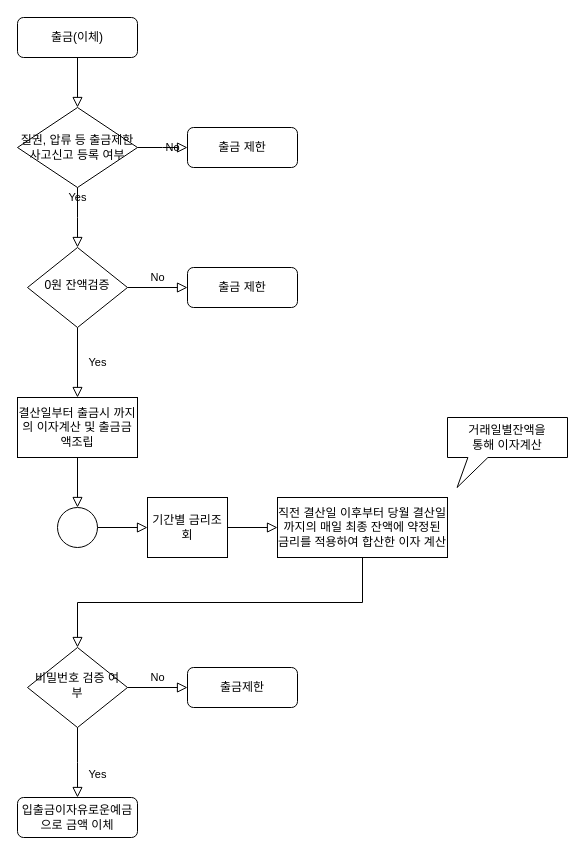
Earlier version of the draw.io diagram penny Bank_flow(2).drawio (hojinWoo/pennyBank). Source tidied: cells renumbered, new cells numbered last; positions are measured from the earlier drawing's top-left corner, leaving out a move shared by most shapes. Both pictures are drawn from the tidied source at 100%, with x=0, y=0 at pixel (17, 17).
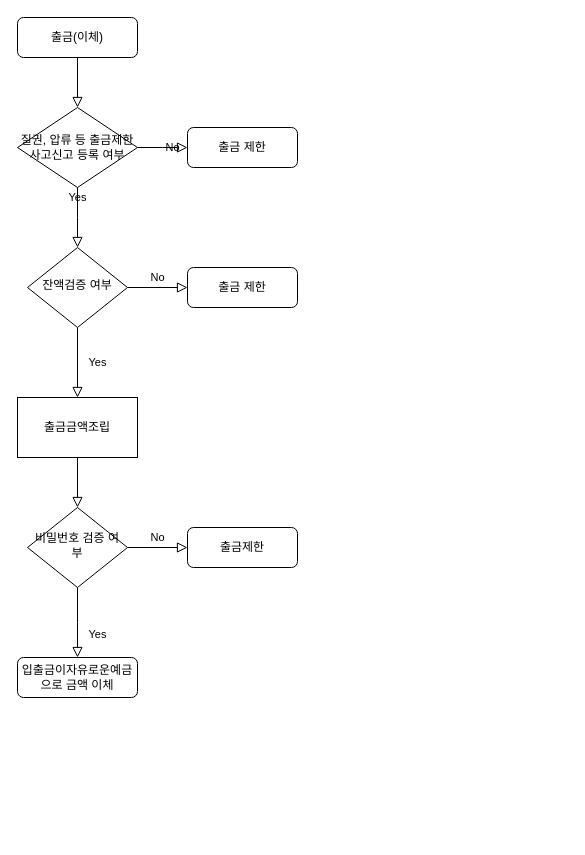
The same diagram, later.

Change to the diagram source:
```diff
@@
-    <mxCell id="6" value="0원 잔액검증" style="rhombus;whiteSpace=wrap;html=1;shadow=0;fontFamily=Helvetica;fontSize=12;align=center;strokeWidth=1;spacing=6;spacingTop=-4;" parent="1" vertex="1">
+    <mxCell id="6" value="잔액검증 여부" style="rhombus;whiteSpace=wrap;html=1;shadow=0;fontFamily=Helvetica;fontSize=12;align=center;strokeWidth=1;spacing=6;spacingTop=-4;" parent="1" vertex="1">
       <mxGeometry x="10" y="230" width="100" height="80" as="geometry" />
     </mxCell>
@@
     <mxCell id="8" value="&lt;span&gt;입출금이자유로운예금으로 금액 이체&lt;/span&gt;" style="rounded=1;whiteSpace=wrap;html=1;fontSize=12;glass=0;strokeWidth=1;shadow=0;" parent="1" vertex="1">
-      <mxGeometry y="780" width="120" height="40" as="geometry" />
+      <mxGeometry y="640" width="120" height="40" as="geometry" />
     </mxCell>
-    <mxCell id="9" value="결산일부터 출금시 까지의 이자계산 및 출금금액조립" style="rounded=0;whiteSpace=wrap;html=1;" parent="1" vertex="1">
+    <mxCell id="9" value="출금금액조립" style="rounded=0;whiteSpace=wrap;html=1;" parent="1" vertex="1">
       <mxGeometry y="380" width="120" height="60" as="geometry" />
     </mxCell>
@@
     <mxCell id="11" value="비밀번호 검증 여부" style="rhombus;whiteSpace=wrap;html=1;shadow=0;fontFamily=Helvetica;fontSize=12;align=center;strokeWidth=1;spacing=6;spacingTop=-4;" parent="1" vertex="1">
-      <mxGeometry x="10" y="630" width="100" height="80" as="geometry" />
+      <mxGeometry x="10" y="490" width="100" height="80" as="geometry" />
     </mxCell>
     <mxCell id="12" value="Yes" style="rounded=0;html=1;jettySize=auto;fontSize=11;endArrow=block;endFill=0;endSize=8;strokeWidth=1;shadow=0;labelBackgroundColor=none;edgeStyle=orthogonalEdgeStyle;entryX=0.5;entryY=0;entryDx=0;entryDy=0;exitX=0.5;exitY=1;exitDx=0;exitDy=0;" parent="1" edge="1" source="11">
       <mxGeometry x="0.33" y="20" relative="1" as="geometry">
-        <mxPoint x="60" y="780" as="targetPoint" />
+        <mxPoint x="60" y="640" as="targetPoint" />
       </mxGeometry>
     </mxCell>
@@
     <mxCell id="14" value="출금제한" style="rounded=1;whiteSpace=wrap;html=1;fontSize=12;glass=0;strokeWidth=1;shadow=0;" parent="1" vertex="1">
-      <mxGeometry x="170" y="650" width="110" height="40" as="geometry" />
+      <mxGeometry x="170" y="510" width="110" height="40" as="geometry" />
     </mxCell>
@@
-    <mxCell id="19" style="ellipse;whiteSpace=wrap;html=1;strokeColor=#000000;" parent="1" vertex="1">
-      <mxGeometry x="40" y="490" width="40" height="40" as="geometry" />
-    </mxCell>
-    <mxCell id="20" value="기간별 금리조회" style="rounded=0;whiteSpace=wrap;html=1;" parent="1" vertex="1">
-      <mxGeometry x="130" y="480" width="80" height="60" as="geometry" />
-    </mxCell>
-    <mxCell id="21" value="직전 결산일 이후부터 당월 결산일까지의 매일 최종 잔액에 약정된 금리를 적용하여 합산한 이자 계산" style="rounded=0;whiteSpace=wrap;html=1;" parent="1" vertex="1">
-      <mxGeometry x="260" y="480" width="170" height="60" as="geometry" />
-    </mxCell>
-    <mxCell id="22" value="거래일별잔액을 &lt;br&gt;통해 이자계산" style="shape=callout;whiteSpace=wrap;html=1;perimeter=calloutPerimeter;size=30;position=0.17;position2=0.08;" parent="1" vertex="1">
-      <mxGeometry x="430" y="400" width="120" height="70" as="geometry" />
-    </mxCell>
-    <mxCell id="23" style="rounded=0;html=1;jettySize=auto;fontSize=11;endArrow=block;endFill=0;endSize=8;strokeWidth=1;shadow=0;labelBackgroundColor=none;edgeStyle=orthogonalEdgeStyle;exitX=1;exitY=0.5;exitDx=0;exitDy=0;entryX=0;entryY=0.5;entryDx=0;entryDy=0;" parent="1" edge="1" source="19" target="20">
-      <mxGeometry x="0.33" y="20" relative="1" as="geometry" />
-    </mxCell>
-    <mxCell id="24" style="rounded=0;html=1;jettySize=auto;fontSize=11;endArrow=block;endFill=0;endSize=8;strokeWidth=1;shadow=0;labelBackgroundColor=none;edgeStyle=orthogonalEdgeStyle;exitX=1;exitY=0.5;exitDx=0;exitDy=0;entryX=0;entryY=0.5;entryDx=0;entryDy=0;" parent="1" edge="1" source="20" target="21">
-      <mxGeometry x="0.33" y="20" relative="1" as="geometry" />
-    </mxCell>
-    <mxCell id="25" style="rounded=0;html=1;jettySize=auto;fontSize=11;endArrow=block;endFill=0;endSize=8;strokeWidth=1;shadow=0;labelBackgroundColor=none;edgeStyle=orthogonalEdgeStyle;exitX=0.5;exitY=1;exitDx=0;exitDy=0;entryX=0.5;entryY=0;entryDx=0;entryDy=0;" parent="1" edge="1" source="21" target="11">
-      <mxGeometry x="0.33" y="20" relative="1" as="geometry" />
-    </mxCell>
```
